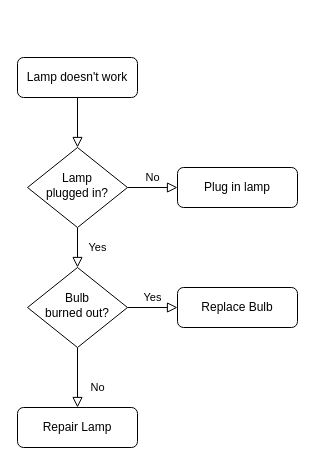
This is command_line_for_the_win/Web.drawio from Ayobami6/alx-system_engineering-devops, a draw.io file, before an edit. Source tidied: cells renumbered, new cells numbered last; positions are measured from the earlier drawing's top-left corner, leaving out a move shared by most shapes. Both pictures are drawn from the tidied source at 100%, with x=0, y=0 at pixel (17, 57).
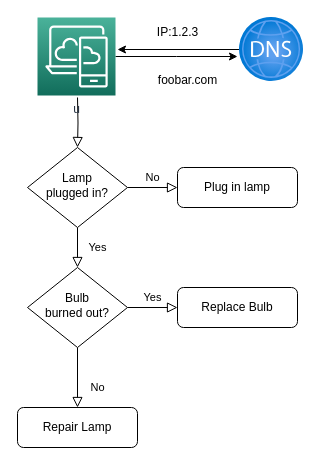
The same page after the edit.

Diff of the diagram source:
```diff
@@
 <mxGraphModel>
   <root>
     <mxCell id="0" />
     <mxCell id="1" parent="0" />
-    <mxCell id="2" style="rounded=0;html=1;jettySize=auto;fontSize=11;endArrow=block;endFill=0;endSize=8;strokeWidth=1;shadow=0;labelBackgroundColor=none;edgeStyle=orthogonalEdgeStyle;" parent="1" edge="1" source="3" target="6">
-      <mxGeometry relative="1" as="geometry" />
+    <mxCell id="2" style="rounded=0;html=1;jettySize=auto;fontSize=11;endArrow=block;endFill=0;endSize=8;strokeWidth=1;shadow=0;labelBackgroundColor=none;edgeStyle=orthogonalEdgeStyle;" parent="1" edge="1" target="6">
+      <mxGeometry relative="1" as="geometry">
+        <mxPoint x="60" y="40" as="sourcePoint" />
+      </mxGeometry>
     </mxCell>
-    <mxCell id="3" value="Lamp doesn't work" style="rounded=1;whiteSpace=wrap;html=1;fontSize=12;glass=0;strokeWidth=1;shadow=0;" parent="1" vertex="1">
-      <mxGeometry width="120" height="40" as="geometry" />
-    </mxCell>
     <mxCell id="4" value="Yes" style="rounded=0;html=1;jettySize=auto;fontSize=11;endArrow=block;endFill=0;endSize=8;strokeWidth=1;shadow=0;labelBackgroundColor=none;edgeStyle=orthogonalEdgeStyle;" parent="1" edge="1" source="6" target="10">
       <mxGeometry y="20" relative="1" as="geometry" />
     </mxCell>
     <mxCell id="5" value="No" style="edgeStyle=orthogonalEdgeStyle;rounded=0;html=1;jettySize=auto;fontSize=11;endArrow=block;endFill=0;endSize=8;strokeWidth=1;shadow=0;labelBackgroundColor=none;" parent="1" edge="1" source="6" target="7">
       <mxGeometry y="10" relative="1" as="geometry" />
     </mxCell>
     <mxCell id="6" value="Lamp&lt;br&gt;plugged in?" style="rhombus;whiteSpace=wrap;html=1;shadow=0;fontFamily=Helvetica;fontSize=12;align=center;strokeWidth=1;spacing=6;spacingTop=-4;" parent="1" vertex="1">
       <mxGeometry x="10" y="90" width="100" height="80" as="geometry" />
     </mxCell>
     <mxCell id="7" value="Plug in lamp" style="rounded=1;whiteSpace=wrap;html=1;fontSize=12;glass=0;strokeWidth=1;shadow=0;" parent="1" vertex="1">
       <mxGeometry x="160" y="110" width="120" height="40" as="geometry" />
     </mxCell>
     <mxCell id="8" value="No" style="rounded=0;html=1;jettySize=auto;fontSize=11;endArrow=block;endFill=0;endSize=8;strokeWidth=1;shadow=0;labelBackgroundColor=none;edgeStyle=orthogonalEdgeStyle;" parent="1" edge="1" source="10" target="11">
       <mxGeometry x="0.33" y="20" relative="1" as="geometry" />
     </mxCell>
     <mxCell id="9" value="Yes" style="edgeStyle=orthogonalEdgeStyle;rounded=0;html=1;jettySize=auto;fontSize=11;endArrow=block;endFill=0;endSize=8;strokeWidth=1;shadow=0;labelBackgroundColor=none;" parent="1" edge="1" source="10" target="12">
       <mxGeometry y="10" relative="1" as="geometry" />
     </mxCell>
     <mxCell id="10" value="Bulb&lt;br&gt;burned out?" style="rhombus;whiteSpace=wrap;html=1;shadow=0;fontFamily=Helvetica;fontSize=12;align=center;strokeWidth=1;spacing=6;spacingTop=-4;" parent="1" vertex="1">
       <mxGeometry x="10" y="210" width="100" height="80" as="geometry" />
     </mxCell>
     <mxCell id="11" value="Repair Lamp" style="rounded=1;whiteSpace=wrap;html=1;fontSize=12;glass=0;strokeWidth=1;shadow=0;" parent="1" vertex="1">
       <mxGeometry y="350" width="120" height="40" as="geometry" />
     </mxCell>
     <mxCell id="12" value="Replace Bulb" style="rounded=1;whiteSpace=wrap;html=1;fontSize=12;glass=0;strokeWidth=1;shadow=0;" parent="1" vertex="1">
       <mxGeometry x="160" y="230" width="120" height="40" as="geometry" />
     </mxCell>
+    <mxCell id="13" style="edgeStyle=orthogonalEdgeStyle;rounded=0;jettySize=auto;html=1;" parent="1" edge="1" source="14">
+      <mxGeometry relative="1" as="geometry">
+        <mxPoint x="220" y="-1" as="targetPoint" />
+      </mxGeometry>
+    </mxCell>
+    <mxCell id="14" value="u" style="sketch=0;points=[[0,0,0],[0.25,0,0],[0.5,0,0],[0.75,0,0],[1,0,0],[0,1,0],[0.25,1,0],[0.5,1,0],[0.75,1,0],[1,1,0],[0,0.25,0],[0,0.5,0],[0,0.75,0],[1,0.25,0],[1,0.5,0],[1,0.75,0]];outlineConnect=0;fontColor=#232F3E;gradientColor=#4AB29A;gradientDirection=north;fillColor=#116D5B;strokeColor=#ffffff;dashed=0;verticalLabelPosition=bottom;verticalAlign=top;align=center;html=1;fontSize=12;fontStyle=0;shape=mxgraph.aws4.resourceIcon;resIcon=mxgraph.aws4.desktop_and_app_streaming;" parent="1" vertex="1">
+      <mxGeometry x="20" y="-40" width="78" height="78" as="geometry" />
+    </mxCell>
+    <mxCell id="15" style="edgeStyle=orthogonalEdgeStyle;rounded=0;jettySize=auto;html=1;" parent="1" edge="1" source="16">
+      <mxGeometry relative="1" as="geometry">
+        <mxPoint x="100" y="-8" as="targetPoint" />
+      </mxGeometry>
+    </mxCell>
+    <mxCell id="16" style="image;html=1;points=[];align=center;fontSize=12;image=img/lib/azure2/networking/DNS_Zones.svg;" parent="1" vertex="1">
+      <mxGeometry x="222" y="-40" width="64" height="64" as="geometry" />
+    </mxCell>
+    <mxCell id="17" value="foobar.com" style="text;html=1;align=center;verticalAlign=middle;strokeColor=none;fillColor=none;" parent="1" vertex="1">
+      <mxGeometry x="130" y="8" width="80" height="30" as="geometry" />
+    </mxCell>
+    <mxCell id="18" value="IP:1.2.3" style="text;html=1;align=center;verticalAlign=middle;strokeColor=none;fillColor=none;" parent="1" vertex="1">
+      <mxGeometry x="130" y="-40" width="60" height="30" as="geometry" />
+    </mxCell>
   </root>
 </mxGraphModel>
```
